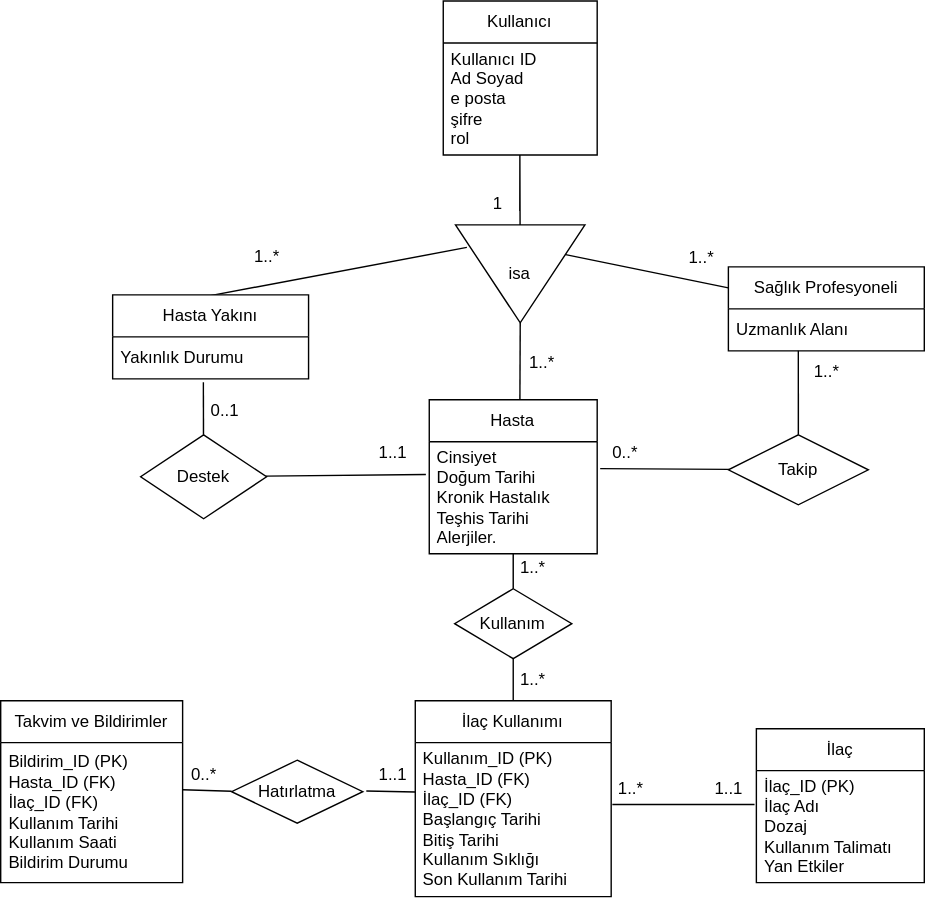
Above: er_diagram.drawio.svg in Veri-Tabani-Grubu/donem_projesi (draw.io), before the change. Source tidied: cells renumbered, new cells last; positions are measured from the earlier drawing's top-left corner, leaving out a move shared by most shapes.
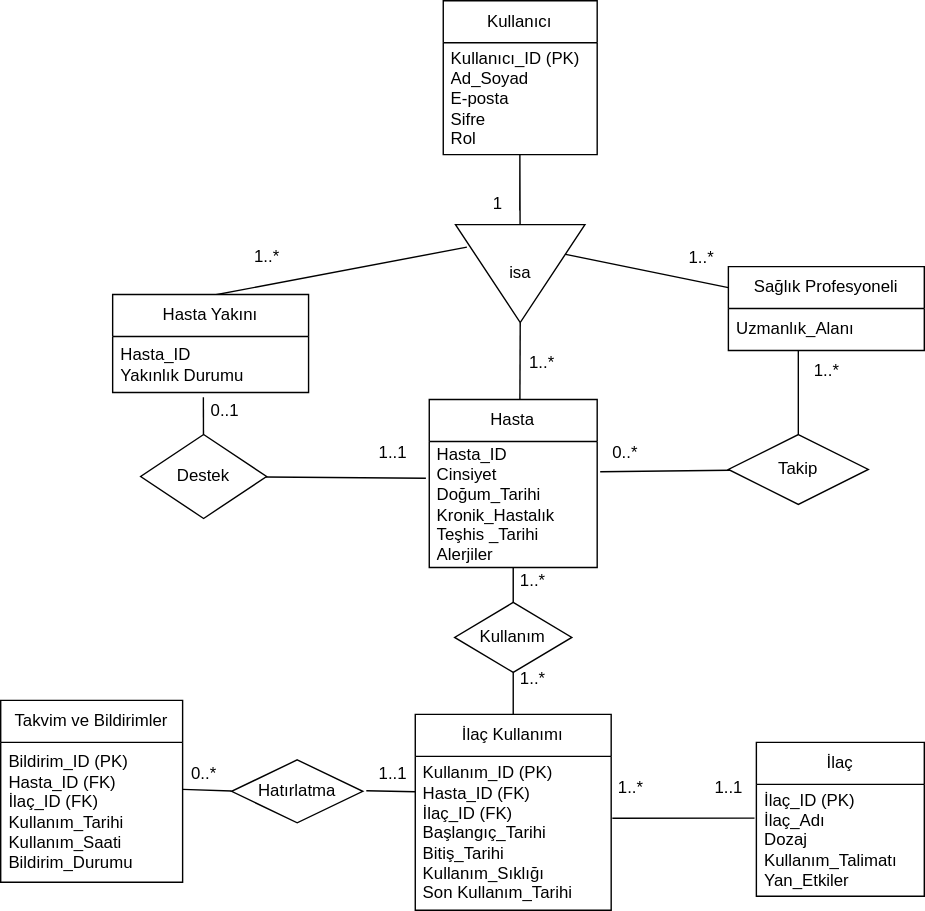
Later version of the same file.

Change to the diagram source:
```diff
@@ -24,43 +24,43 @@
     <mxCell id="6" value="Kullanıcı" style="swimlane;fontStyle=0;horizontal=1;startSize=30;whiteSpace=wrap;html=1;" parent="1" vertex="1">
       <mxGeometry x="316.2" width="110" height="110" as="geometry" />
     </mxCell>
-    <mxCell id="7" value="&lt;div&gt;Kullanıcı ID&lt;/div&gt;&lt;div&gt;Ad Soyad&lt;/div&gt;&lt;div&gt;e posta&lt;/div&gt;&lt;div&gt;şifre&lt;/div&gt;&lt;div&gt;rol&lt;/div&gt;" style="text;strokeColor=none;fillColor=none;align=left;verticalAlign=middle;spacingLeft=4;spacingRight=4;overflow=hidden;whiteSpace=wrap;html=1;" parent="6" vertex="1">
+    <mxCell id="7" value="&lt;div&gt;Kullanıcı_ID (PK)&lt;/div&gt;&lt;div&gt;Ad_Soyad&lt;/div&gt;&lt;div&gt;E-posta&lt;/div&gt;&lt;div&gt;Sifre&lt;/div&gt;&lt;div&gt;Rol&lt;/div&gt;" style="text;strokeColor=none;fillColor=none;align=left;verticalAlign=middle;spacingLeft=4;spacingRight=4;overflow=hidden;whiteSpace=wrap;html=1;" parent="6" vertex="1">
       <mxGeometry y="30" width="110" height="80" as="geometry" />
     </mxCell>
     <mxCell id="8" value="Hasta" style="swimlane;fontStyle=0;horizontal=1;startSize=30;whiteSpace=wrap;html=1;" parent="1" vertex="1">
-      <mxGeometry x="306.2" y="285" width="120" height="110" as="geometry" />
+      <mxGeometry x="306.2" y="285" width="120" height="120" as="geometry" />
     </mxCell>
-    <mxCell id="9" value="&lt;div&gt;Cinsiyet&amp;nbsp;&lt;/div&gt;&lt;div&gt;Doğum Tarihi&lt;div&gt;Kronik Hastalık Teşhis Tarihi Alerjiler.&lt;/div&gt;&lt;/div&gt;" style="text;strokeColor=none;fillColor=none;align=left;verticalAlign=middle;spacingLeft=4;spacingRight=4;overflow=hidden;points=[[0,0.5],[1,0.5]];portConstraint=eastwest;whiteSpace=wrap;html=1;" parent="8" vertex="1">
-      <mxGeometry y="30" width="120" height="80" as="geometry" />
+    <mxCell id="9" value="&lt;div&gt;Hasta_ID&lt;/div&gt;&lt;div&gt;Cinsiyet&amp;nbsp;&lt;/div&gt;&lt;div&gt;Doğum_Tarihi&lt;div&gt;Kronik_Hastalık Teşhis _Tarihi Alerjiler&lt;/div&gt;&lt;/div&gt;" style="text;strokeColor=none;fillColor=none;align=left;verticalAlign=middle;spacingLeft=4;spacingRight=4;overflow=hidden;points=[[0,0.5],[1,0.5]];portConstraint=eastwest;whiteSpace=wrap;html=1;" parent="8" vertex="1">
+      <mxGeometry y="30" width="120" height="90" as="geometry" />
     </mxCell>
     <mxCell id="10" value="Hasta Yakını" style="swimlane;fontStyle=0;horizontal=1;startSize=30;whiteSpace=wrap;html=1;" parent="1" vertex="1">
-      <mxGeometry x="80" y="210" width="140" height="60" as="geometry" />
+      <mxGeometry x="80" y="210" width="140" height="70" as="geometry" />
     </mxCell>
-    <mxCell id="11" value="Yakınlık Durumu" style="text;strokeColor=none;fillColor=none;align=left;verticalAlign=middle;spacingLeft=4;spacingRight=4;overflow=hidden;points=[[0,0.5],[1,0.5]];portConstraint=eastwest;whiteSpace=wrap;html=1;" parent="10" vertex="1">
-      <mxGeometry y="30" width="140" height="30" as="geometry" />
+    <mxCell id="11" value="&lt;div&gt;Hasta_ID&lt;/div&gt;&lt;div&gt;&lt;span style=&quot;background-color: initial;&quot;&gt;Yakınlık Durumu&lt;/span&gt;&lt;/div&gt;" style="text;strokeColor=none;fillColor=none;align=left;verticalAlign=middle;spacingLeft=4;spacingRight=4;overflow=hidden;points=[[0,0.5],[1,0.5]];portConstraint=eastwest;whiteSpace=wrap;html=1;" parent="10" vertex="1">
+      <mxGeometry y="30" width="140" height="40" as="geometry" />
     </mxCell>
     <mxCell id="12" value="Sağlık Profesyoneli" style="swimlane;fontStyle=0;horizontal=1;startSize=30;whiteSpace=wrap;html=1;" parent="1" vertex="1">
       <mxGeometry x="520" y="190" width="140" height="60" as="geometry" />
     </mxCell>
-    <mxCell id="13" value="Uzmanlık Alanı" style="text;strokeColor=none;fillColor=none;align=left;verticalAlign=middle;spacingLeft=4;spacingRight=4;overflow=hidden;points=[[0,0.5],[1,0.5]];portConstraint=eastwest;whiteSpace=wrap;html=1;" parent="12" vertex="1">
+    <mxCell id="13" value="Uzmanlık_Alanı" style="text;strokeColor=none;fillColor=none;align=left;verticalAlign=middle;spacingLeft=4;spacingRight=4;overflow=hidden;points=[[0,0.5],[1,0.5]];portConstraint=eastwest;whiteSpace=wrap;html=1;" parent="12" vertex="1">
       <mxGeometry y="30" width="140" height="30" as="geometry" />
     </mxCell>
     <mxCell id="14" value="İlaç" style="swimlane;fontStyle=0;horizontal=1;startSize=30;whiteSpace=wrap;html=1;" parent="1" vertex="1">
-      <mxGeometry x="540" y="520" width="120" height="110" as="geometry" />
+      <mxGeometry x="540" y="530" width="120" height="110" as="geometry" />
     </mxCell>
-    <mxCell id="15" value="İlaç_ID (PK)&amp;nbsp;&lt;div&gt;İlaç Adı&amp;nbsp;&lt;/div&gt;&lt;div&gt;Dozaj&amp;nbsp;&lt;/div&gt;&lt;div&gt;Kullanım Talimatı&amp;nbsp;&lt;/div&gt;&lt;div&gt;Yan Etkiler&lt;/div&gt;" style="text;strokeColor=none;fillColor=none;align=left;verticalAlign=middle;spacingLeft=4;spacingRight=4;overflow=hidden;points=[[0,0.5],[1,0.5]];portConstraint=eastwest;whiteSpace=wrap;html=1;" parent="14" vertex="1">
+    <mxCell id="15" value="İlaç_ID (PK)&amp;nbsp;&lt;div&gt;İlaç_Adı&amp;nbsp;&lt;/div&gt;&lt;div&gt;Dozaj&amp;nbsp;&lt;/div&gt;&lt;div&gt;Kullanım_Talimatı&amp;nbsp;&lt;/div&gt;&lt;div&gt;Yan_Etkiler&lt;/div&gt;" style="text;strokeColor=none;fillColor=none;align=left;verticalAlign=middle;spacingLeft=4;spacingRight=4;overflow=hidden;points=[[0,0.5],[1,0.5]];portConstraint=eastwest;whiteSpace=wrap;html=1;" parent="14" vertex="1">
       <mxGeometry y="30" width="120" height="80" as="geometry" />
     </mxCell>
     <mxCell id="16" value="İlaç Kullanımı" style="swimlane;fontStyle=0;horizontal=1;startSize=30;whiteSpace=wrap;html=1;" parent="1" vertex="1">
-      <mxGeometry x="296.2" y="500" width="140" height="140" as="geometry" />
+      <mxGeometry x="296.2" y="510" width="140" height="140" as="geometry" />
     </mxCell>
-    <mxCell id="17" value="Kullanım_ID (PK)&lt;div&gt;Hasta_ID (FK)&lt;/div&gt;&lt;div&gt;İlaç_ID (FK)&amp;nbsp;&lt;/div&gt;&lt;div&gt;Başlangıç Tarihi&lt;/div&gt;&lt;div&gt;Bitiş Tarihi&amp;nbsp;&lt;/div&gt;&lt;div&gt;Kullanım Sıklığı&amp;nbsp;&lt;/div&gt;&lt;div&gt;Son Kullanım Tarihi&lt;/div&gt;" style="text;strokeColor=none;fillColor=none;align=left;verticalAlign=middle;spacingLeft=4;spacingRight=4;overflow=hidden;points=[[0,0.5],[1,0.5]];portConstraint=eastwest;whiteSpace=wrap;html=1;" parent="16" vertex="1">
+    <mxCell id="17" value="Kullanım_ID (PK)&lt;div&gt;Hasta_ID (FK)&lt;/div&gt;&lt;div&gt;İlaç_ID (FK)&amp;nbsp;&lt;/div&gt;&lt;div&gt;Başlangıç_Tarihi&lt;/div&gt;&lt;div&gt;Bitiş_Tarihi&amp;nbsp;&lt;/div&gt;&lt;div&gt;Kullanım_Sıklığı&amp;nbsp;&lt;/div&gt;&lt;div&gt;Son Kullanım_Tarihi&lt;/div&gt;" style="text;strokeColor=none;fillColor=none;align=left;verticalAlign=middle;spacingLeft=4;spacingRight=4;overflow=hidden;points=[[0,0.5],[1,0.5]];portConstraint=eastwest;whiteSpace=wrap;html=1;" parent="16" vertex="1">
       <mxGeometry y="30" width="140" height="110" as="geometry" />
     </mxCell>
     <mxCell id="18" value="Takvim ve Bildirimler" style="swimlane;fontStyle=0;horizontal=1;startSize=30;whiteSpace=wrap;html=1;" parent="1" vertex="1">
       <mxGeometry y="500" width="130" height="130" as="geometry" />
     </mxCell>
-    <mxCell id="19" value="Bildirim_ID (PK)&lt;div&gt;Hasta_ID (FK)&lt;/div&gt;&lt;div&gt;İlaç_ID (FK)&lt;/div&gt;&lt;div&gt;Kullanım Tarihi&amp;nbsp;&lt;/div&gt;&lt;div&gt;Kullanım Saati&lt;/div&gt;&lt;div&gt;Bildirim Durumu&lt;/div&gt;" style="text;strokeColor=none;fillColor=none;align=left;verticalAlign=middle;spacingLeft=4;spacingRight=4;overflow=hidden;points=[[0,0.5],[1,0.5]];portConstraint=eastwest;whiteSpace=wrap;html=1;" parent="18" vertex="1">
+    <mxCell id="19" value="Bildirim_ID (PK)&lt;div&gt;Hasta_ID (FK)&lt;/div&gt;&lt;div&gt;İlaç_ID (FK)&lt;/div&gt;&lt;div&gt;Kullanım_Tarihi&amp;nbsp;&lt;/div&gt;&lt;div&gt;Kullanım_Saati&lt;/div&gt;&lt;div&gt;Bildirim_Durumu&lt;/div&gt;" style="text;strokeColor=none;fillColor=none;align=left;verticalAlign=middle;spacingLeft=4;spacingRight=4;overflow=hidden;points=[[0,0.5],[1,0.5]];portConstraint=eastwest;whiteSpace=wrap;html=1;" parent="18" vertex="1">
       <mxGeometry y="30" width="130" height="100" as="geometry" />
     </mxCell>
     <mxCell id="20" style="endArrow=none;html=1;rounded=0;entryX=1.006;entryY=0.402;entryDx=0;entryDy=0;entryPerimeter=0;exitX=-0.011;exitY=0.302;exitDx=0;exitDy=0;exitPerimeter=0;" parent="1" edge="1" source="15" target="17">
@@ -101,7 +101,7 @@
       <mxGeometry relative="1" as="geometry" />
     </mxCell>
     <mxCell id="31" value="Kullanım" style="shape=rhombus;perimeter=rhombusPerimeter;whiteSpace=wrap;html=1;align=center;" parent="1" vertex="1">
-      <mxGeometry x="324.4" y="420" width="83.8" height="50" as="geometry" />
+      <mxGeometry x="324.4" y="430" width="83.8" height="50" as="geometry" />
     </mxCell>
     <mxCell id="32" style="endArrow=none;html=1;rounded=0;exitX=0.5;exitY=0;exitDx=0;exitDy=0;" parent="1" edge="1" source="31" target="9">
       <mxGeometry relative="1" as="geometry" />
@@ -122,7 +122,7 @@
       <mxGeometry x="260" y="308" width="40" height="30" as="geometry" />
     </mxCell>
     <mxCell id="37" value="1..*" style="text;html=1;align=center;verticalAlign=middle;strokeColor=none;fillColor=none;" parent="1" vertex="1">
-      <mxGeometry x="360" y="390" width="40" height="30" as="geometry" />
+      <mxGeometry x="360" y="400" width="40" height="30" as="geometry" />
     </mxCell>
     <mxCell id="38" value="1..*" style="text;html=1;align=center;verticalAlign=middle;strokeColor=none;fillColor=none;" parent="1" vertex="1">
       <mxGeometry x="360" y="470" width="40" height="30" as="geometry" />
```
